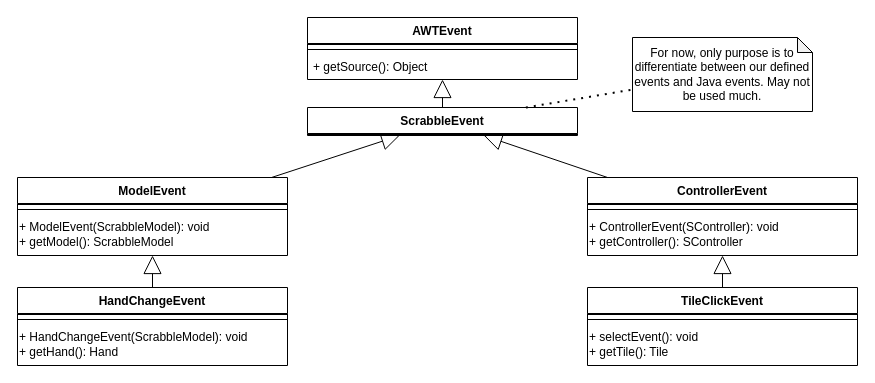
trk20/Scuffle keeps this draw.io diagram as page "Main branches" (1 of 3) of UML/M2/ScrabbleEventTree.drawio. Above is the earlier version. Source tidied: cells renumbered, new cells numbered last; positions are measured from the earlier drawing's top-left corner, leaving out a move shared by most shapes. Both pictures are drawn from the tidied source at 100%, with x=0, y=0 at pixel (17, 17).
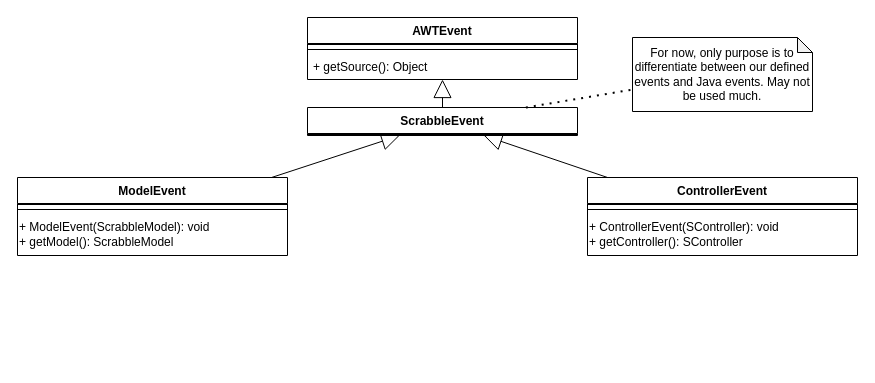
The same diagram, later.

Commit message (it also covers changes not shown here):
Removed testing code in hand view.

- Was causing weird behavior, should have done it before pushing it before.

The change refers to these unchanged cells:
```xml
<mxCell id="2" value="ModelEvent" style="swimlane;fontStyle=1;align=center;verticalAlign=top;horizontal=1;startSize=26;" parent="1" vertex="1">
  <mxGeometry y="160" width="270" height="78" as="geometry" />
</mxCell>
<mxCell id="11" value="ControllerEvent" style="swimlane;fontStyle=1;align=center;verticalAlign=top;horizontal=1;startSize=26;" parent="1" vertex="1">
  <mxGeometry x="570" y="160" width="270" height="78" as="geometry" />
</mxCell>
```

Change to the diagram source:
```diff
@@
-    <mxCell id="16" value="TileClickEvent" style="swimlane;fontStyle=1;align=center;verticalAlign=top;horizontal=1;startSize=26;" parent="1" vertex="1">
-      <mxGeometry x="570" y="270" width="270" height="78" as="geometry" />
-    </mxCell>
-    <mxCell id="17" style="line;strokeWidth=1;fillColor=none;align=left;verticalAlign=middle;spacingTop=-1;spacingLeft=3;spacingRight=3;labelPosition=right;" parent="16" vertex="1">
-      <mxGeometry y="26" width="270" height="2" as="geometry" />
-    </mxCell>
-    <mxCell id="18" style="line;strokeWidth=1;fillColor=none;align=left;verticalAlign=middle;spacingTop=-1;spacingLeft=3;spacingRight=3;labelPosition=right;" parent="16" vertex="1">
-      <mxGeometry y="28" width="270" height="8" as="geometry" />
-    </mxCell>
-    <mxCell id="19" value="&lt;span&gt;+ selectEvent(): void&lt;br&gt;+ getTile(): Tile&lt;br&gt;&lt;/span&gt;" style="text;html=1;strokeColor=none;fillColor=none;align=left;verticalAlign=middle;whiteSpace=wrap;rounded=0;" parent="16" vertex="1">
-      <mxGeometry y="36" width="270" height="42" as="geometry" />
-    </mxCell>
-    <mxCell id="20" style="endArrow=block;endSize=16;endFill=0;html=1;rounded=0;" parent="1" edge="1" source="16" target="11">
-      <mxGeometry relative="1" as="geometry" />
-    </mxCell>
@@
-    <mxCell id="26" value="HandChangeEvent" style="swimlane;fontStyle=1;align=center;verticalAlign=top;horizontal=1;startSize=26;" parent="1" vertex="1">
-      <mxGeometry y="270" width="270" height="78" as="geometry" />
-    </mxCell>
-    <mxCell id="27" style="line;strokeWidth=1;fillColor=none;align=left;verticalAlign=middle;spacingTop=-1;spacingLeft=3;spacingRight=3;labelPosition=right;" parent="26" vertex="1">
-      <mxGeometry y="26" width="270" height="2" as="geometry" />
-    </mxCell>
-    <mxCell id="28" style="line;strokeWidth=1;fillColor=none;align=left;verticalAlign=middle;spacingTop=-1;spacingLeft=3;spacingRight=3;labelPosition=right;" parent="26" vertex="1">
-      <mxGeometry y="28" width="270" height="8" as="geometry" />
-    </mxCell>
-    <mxCell id="29" value="&lt;span&gt;+ HandChangeEvent(ScrabbleModel): void&lt;br&gt;+ getHand(): Hand&lt;br&gt;&lt;/span&gt;" style="text;html=1;strokeColor=none;fillColor=none;align=left;verticalAlign=middle;whiteSpace=wrap;rounded=0;" parent="26" vertex="1">
-      <mxGeometry y="36" width="270" height="42" as="geometry" />
-    </mxCell>
-    <mxCell id="30" style="endArrow=block;endSize=16;endFill=0;html=1;rounded=0;" parent="1" edge="1" source="26" target="2">
-      <mxGeometry relative="1" as="geometry" />
-    </mxCell>
```
